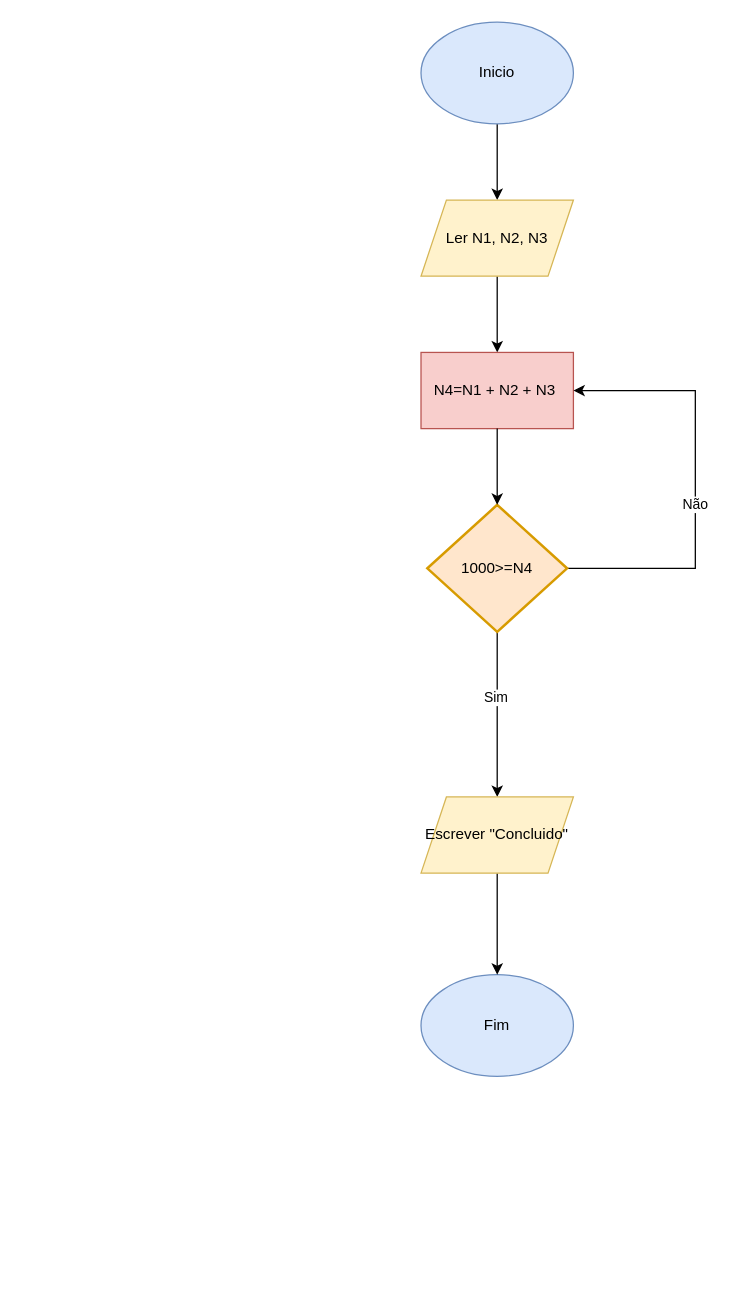
The draw.io diagram Fluxograma 5.drawio in Kinner25/Fluxogramas, before the edit. Source tidied: cells renumbered, new cells numbered last; positions are measured from the earlier drawing's top-left corner, leaving out a move shared by most shapes. Both pictures are drawn from the tidied source at 127%, with x=0, y=0 at pixel (420, 22).
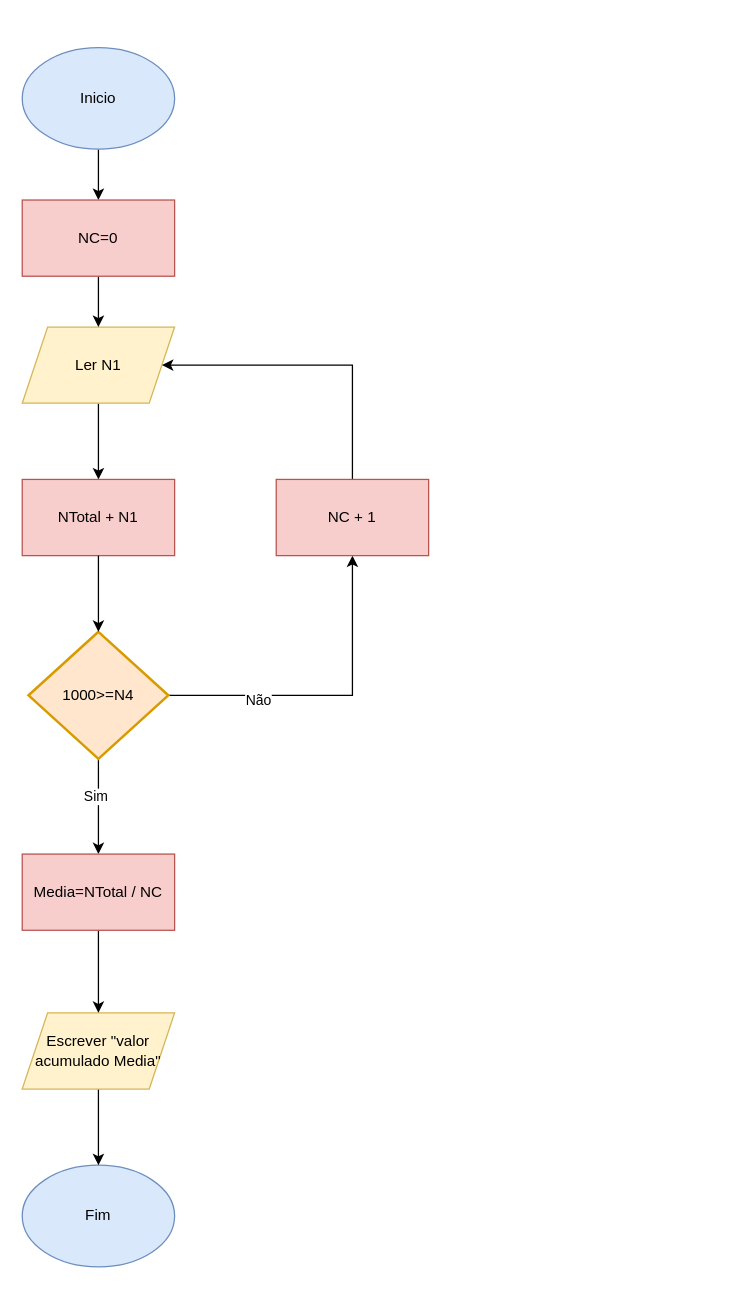
Above is the later version.

The edit, as a diff of the source:
```diff
@@
     <mxCell id="2" value="Fim" style="ellipse;whiteSpace=wrap;html=1;shapeInside=1;fillColor=#dae8fc;strokeColor=#6c8ebf;" parent="1" vertex="1">
-      <mxGeometry y="750" width="120" height="80" as="geometry" />
+      <mxGeometry x="-314" y="900" width="120" height="80" as="geometry" />
     </mxCell>
-    <mxCell id="3" style="edgeStyle=orthogonalEdgeStyle;rounded=0;jettySize=auto;html=1;" parent="1" edge="1" source="4" target="6">
-      <mxGeometry relative="1" as="geometry" />
-    </mxCell>
+    <mxCell id="16" style="edgeStyle=orthogonalEdgeStyle;rounded=0;jettySize=auto;html=1;" parent="1" edge="1" source="4" target="24">
+      <mxGeometry relative="1" as="geometry" />
+    </mxCell>
     <mxCell id="4" value="Inicio" style="ellipse;whiteSpace=wrap;html=1;shapeInside=1;fillColor=#dae8fc;strokeColor=#6c8ebf;" parent="1" vertex="1">
-      <mxGeometry width="120" height="80" as="geometry" />
+      <mxGeometry x="-314" y="20" width="120" height="80" as="geometry" />
     </mxCell>
@@
-    <mxCell id="6" value="Ler N1, N2, N3" style="shape=parallelogram;perimeter=parallelogramPerimeter;whiteSpace=wrap;html=1;shapeInside=1;fixedSize=1;fillColor=#fff2cc;strokeColor=#d6b656;" parent="1" vertex="1">
-      <mxGeometry y="140" width="120" height="60" as="geometry" />
+    <mxCell id="6" value="Ler N1" style="shape=parallelogram;perimeter=parallelogramPerimeter;whiteSpace=wrap;html=1;shapeInside=1;fixedSize=1;fillColor=#fff2cc;strokeColor=#d6b656;" parent="1" vertex="1">
+      <mxGeometry x="-314" y="240" width="120" height="60" as="geometry" />
     </mxCell>
-    <mxCell id="7" value="N4=N1 + N2 + N3&amp;nbsp;" style="rounded=0;whiteSpace=wrap;html=1;fillColor=#f8cecc;strokeColor=#b85450;" parent="1" vertex="1">
-      <mxGeometry y="260" width="120" height="60" as="geometry" />
+    <mxCell id="7" value="&lt;div&gt;&lt;span style=&quot;background-color: transparent; color: light-dark(rgb(0, 0, 0), rgb(255, 255, 255));&quot;&gt;NTotal + N1&lt;/span&gt;&lt;/div&gt;" style="rounded=0;whiteSpace=wrap;html=1;fillColor=#f8cecc;strokeColor=#b85450;" parent="1" vertex="1">
+      <mxGeometry x="-314" y="360" width="120" height="60" as="geometry" />
     </mxCell>
-    <mxCell id="8" style="edgeStyle=orthogonalEdgeStyle;rounded=0;jettySize=auto;html=1;entryX=0.5;entryY=0;entryDx=0;entryDy=0;" parent="1" edge="1" source="12" target="14">
-      <mxGeometry relative="1" as="geometry" />
-    </mxCell>
+    <mxCell id="17" style="edgeStyle=orthogonalEdgeStyle;rounded=0;jettySize=auto;html=1;" parent="1" edge="1" source="12" target="20">
+      <mxGeometry relative="1" as="geometry" />
+    </mxCell>
-    <mxCell id="9" value="Sim" style="edgeLabel;html=1;align=center;verticalAlign=middle;" parent="8" vertex="1">
-      <mxGeometry x="-0.21" y="-2" relative="1" as="geometry" />
+    <mxCell id="9" value="Sim" style="edgeLabel;html=1;align=center;verticalAlign=middle;" parent="17" vertex="1">
+      <mxGeometry x="-0.22" y="-3" relative="1" as="geometry" />
     </mxCell>
-    <mxCell id="10" style="edgeStyle=orthogonalEdgeStyle;rounded=0;jettySize=auto;html=1;entryX=1;entryY=0.5;entryDx=0;entryDy=0;" parent="1" edge="1" source="12" target="7">
-      <mxGeometry relative="1" as="geometry">
-        <Array as="points">
-          <mxPoint x="216" y="430" />
-          <mxPoint x="216" y="290" />
-        </Array>
-      </mxGeometry>
-    </mxCell>
+    <mxCell id="18" style="edgeStyle=orthogonalEdgeStyle;rounded=0;jettySize=auto;html=1;entryX=0.5;entryY=1;entryDx=0;entryDy=0;" parent="1" edge="1" source="12" target="22">
+      <mxGeometry relative="1" as="geometry" />
+    </mxCell>
-    <mxCell id="11" value="Não" style="edgeLabel;html=1;align=center;verticalAlign=middle;" parent="10" vertex="1">
-      <mxGeometry x="-0.1" y="1" relative="1" as="geometry" />
+    <mxCell id="11" value="Não" style="edgeLabel;html=1;align=center;verticalAlign=middle;" parent="18" vertex="1">
+      <mxGeometry x="-0.45" y="-3" relative="1" as="geometry" />
     </mxCell>
     <mxCell id="12" value="1000&amp;gt;=N4" style="strokeWidth=2;html=1;shape=mxgraph.flowchart.decision;whiteSpace=wrap;fillColor=#ffe6cc;strokeColor=#d79b00;" parent="1" vertex="1">
-      <mxGeometry x="5" y="380" width="110" height="100" as="geometry" />
+      <mxGeometry x="-309" y="480" width="110" height="100" as="geometry" />
     </mxCell>
@@
-    <mxCell id="14" value="Escrever &quot;Concluido&quot;" style="shape=parallelogram;perimeter=parallelogramPerimeter;whiteSpace=wrap;html=1;shapeInside=1;fixedSize=1;fillColor=#fff2cc;strokeColor=#d6b656;" parent="1" vertex="1">
-      <mxGeometry y="610" width="120" height="60" as="geometry" />
+    <mxCell id="14" value="Escrever &quot;valor acumulado Media&quot;" style="shape=parallelogram;perimeter=parallelogramPerimeter;whiteSpace=wrap;html=1;shapeInside=1;fixedSize=1;fillColor=#fff2cc;strokeColor=#d6b656;" parent="1" vertex="1">
+      <mxGeometry x="-314" y="780" width="120" height="60" as="geometry" />
     </mxCell>
@@
+    <mxCell id="19" style="edgeStyle=orthogonalEdgeStyle;rounded=0;jettySize=auto;html=1;" parent="1" edge="1" source="20" target="14">
+      <mxGeometry relative="1" as="geometry" />
+    </mxCell>
+    <mxCell id="20" value="Media=NTotal / NC" style="rounded=0;whiteSpace=wrap;html=1;fillColor=#f8cecc;strokeColor=#b85450;" parent="1" vertex="1">
+      <mxGeometry x="-314" y="655" width="120" height="60" as="geometry" />
+    </mxCell>
+    <mxCell id="21" style="edgeStyle=orthogonalEdgeStyle;rounded=0;jettySize=auto;html=1;entryX=1;entryY=0.5;entryDx=0;entryDy=0;" parent="1" edge="1" source="22" target="6">
+      <mxGeometry relative="1" as="geometry">
+        <Array as="points">
+          <mxPoint x="-54" y="270" />
+        </Array>
+      </mxGeometry>
+    </mxCell>
+    <mxCell id="22" value="NC + 1" style="rounded=0;whiteSpace=wrap;html=1;fillColor=#f8cecc;strokeColor=#b85450;" parent="1" vertex="1">
+      <mxGeometry x="-114" y="360" width="120" height="60" as="geometry" />
+    </mxCell>
+    <mxCell id="23" style="edgeStyle=orthogonalEdgeStyle;rounded=0;jettySize=auto;html=1;" parent="1" edge="1" source="24" target="6">
+      <mxGeometry relative="1" as="geometry" />
+    </mxCell>
+    <mxCell id="24" value="NC=0" style="rounded=0;whiteSpace=wrap;html=1;fillColor=#f8cecc;strokeColor=#b85450;" parent="1" vertex="1">
+      <mxGeometry x="-314" y="140" width="120" height="60" as="geometry" />
+    </mxCell>
```
